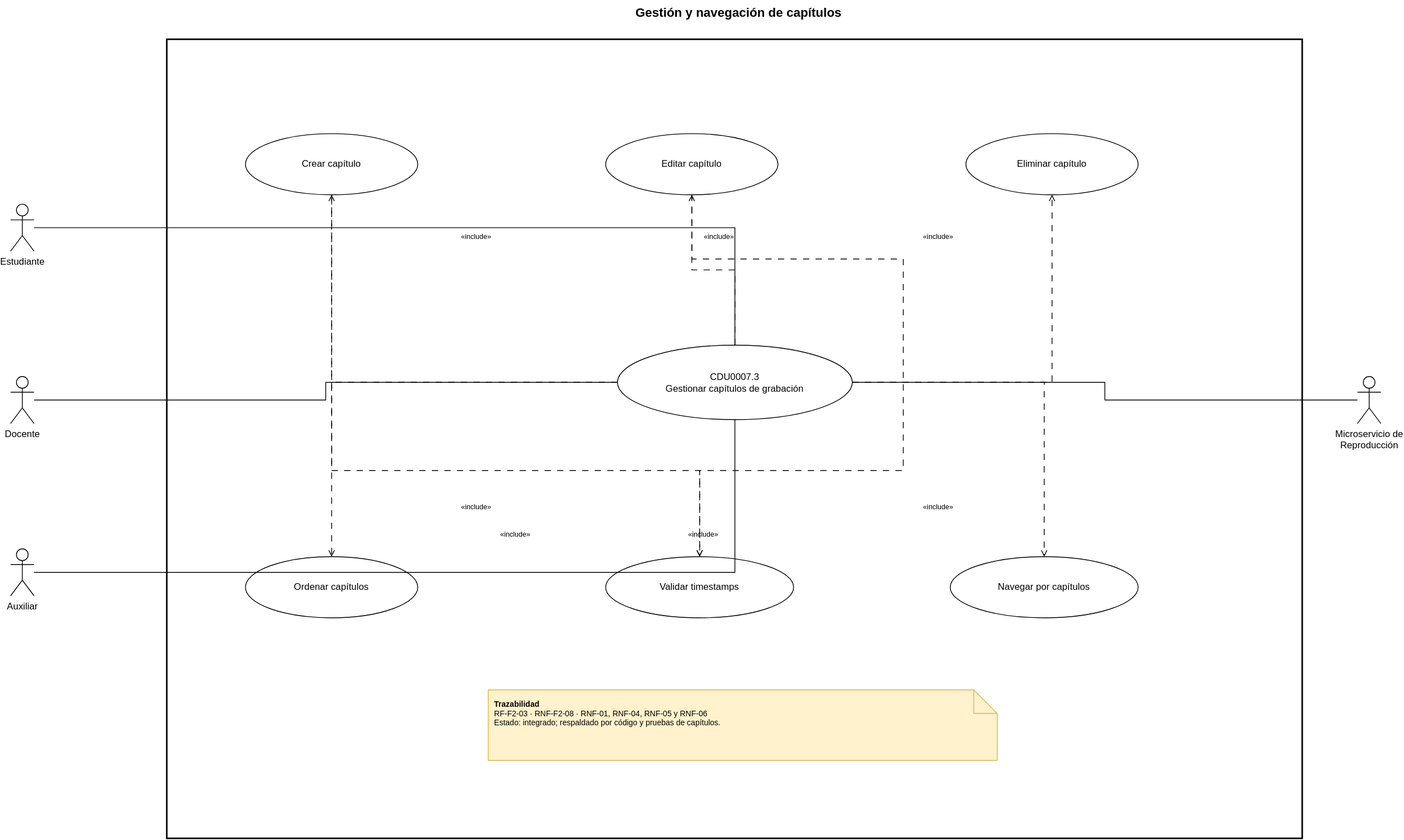
The draw.io diagram Documentacion/CDU/CDU_Expandido_CDU30_202307691.drawio.svg in thanya-gate/SA_PROYECTO_202307691, before a commit. Source tidied: cells renumbered, new cells last; positions are measured from the earlier drawing's top-left corner, leaving out a move shared by most shapes.
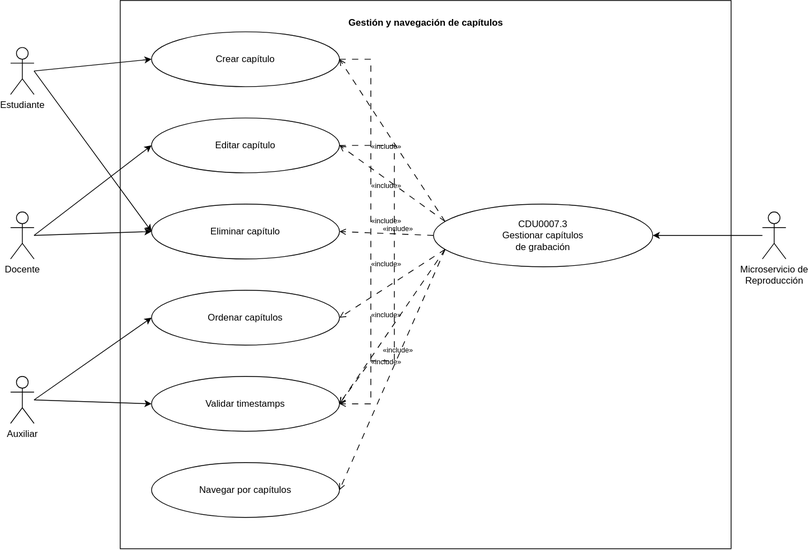
After the change.

Change to the diagram source:
```diff
@@ -1,113 +1,125 @@
-<mxGraphModel>
+<mxGraphModel background="#ffffff">
   <root>
     <mxCell id="0" />
     <mxCell id="1" parent="0" />
-    <mxCell id="2" style="rounded=0;whiteSpace=wrap;html=1;fillColor=none;strokeWidth=2;" parent="1" vertex="1">
-      <mxGeometry x="200" y="50" width="1450" height="1020" as="geometry" />
+    <mxCell id="2" style="html=1;whiteSpace=wrap;" parent="1" vertex="1">
+      <mxGeometry x="90" y="60" width="780" height="700" as="geometry" />
     </mxCell>
-    <mxCell id="3" value="Gestión y navegación de capítulos" style="text;html=1;whiteSpace=wrap;strokeColor=none;fillColor=none;align=center;verticalAlign=middle;fontStyle=1;fontSize=16;" parent="1" vertex="1">
-      <mxGeometry x="520" width="820" height="30" as="geometry" />
+    <mxCell id="3" value="Gestión y navegación de capítulos" style="text;align=center;fontStyle=1;verticalAlign=middle;spacingLeft=3;spacingRight=3;strokeColor=none;html=1;" parent="1" vertex="1">
+      <mxGeometry x="270" y="76" width="420" height="26" as="geometry" />
     </mxCell>
     <mxCell id="4" value="Estudiante" style="shape=umlActor;verticalLabelPosition=bottom;verticalAlign=top;html=1;" parent="1" vertex="1">
-      <mxGeometry y="260" width="30" height="60" as="geometry" />
+      <mxGeometry x="-50" y="120" width="30" height="60" as="geometry" />
     </mxCell>
     <mxCell id="5" value="Docente" style="shape=umlActor;verticalLabelPosition=bottom;verticalAlign=top;html=1;" parent="1" vertex="1">
-      <mxGeometry y="480" width="30" height="60" as="geometry" />
+      <mxGeometry x="-50" y="330" width="30" height="60" as="geometry" />
     </mxCell>
     <mxCell id="6" value="Auxiliar" style="shape=umlActor;verticalLabelPosition=bottom;verticalAlign=top;html=1;" parent="1" vertex="1">
-      <mxGeometry y="700" width="30" height="60" as="geometry" />
+      <mxGeometry x="-50" y="540" width="30" height="60" as="geometry" />
     </mxCell>
     <mxCell id="7" value="Microservicio de&lt;div&gt;Reproducción&lt;/div&gt;" style="shape=umlActor;verticalLabelPosition=bottom;verticalAlign=top;html=1;" parent="1" vertex="1">
-      <mxGeometry x="1720" y="480" width="30" height="60" as="geometry" />
+      <mxGeometry x="910" y="330" width="30" height="60" as="geometry" />
     </mxCell>
-    <mxCell id="8" value="&lt;div&gt;CDU0007.3&lt;/div&gt;&lt;div&gt;Gestionar capítulos de grabación&lt;/div&gt;" style="ellipse;whiteSpace=wrap;html=1;" parent="1" vertex="1">
-      <mxGeometry x="775" y="440" width="300" height="95" as="geometry" />
-    </mxCell>
     <mxCell id="9" value="&lt;div&gt;Crear capítulo&lt;/div&gt;" style="ellipse;whiteSpace=wrap;html=1;" parent="1" vertex="1">
-      <mxGeometry x="300" y="170" width="220" height="78" as="geometry" />
+      <mxGeometry x="130" y="100" width="240" height="70" as="geometry" />
     </mxCell>
     <mxCell id="10" value="&lt;div&gt;Editar capítulo&lt;/div&gt;" style="ellipse;whiteSpace=wrap;html=1;" parent="1" vertex="1">
-      <mxGeometry x="760" y="170" width="220" height="78" as="geometry" />
+      <mxGeometry x="130" y="210" width="240" height="70" as="geometry" />
     </mxCell>
     <mxCell id="11" value="&lt;div&gt;Eliminar capítulo&lt;/div&gt;" style="ellipse;whiteSpace=wrap;html=1;" parent="1" vertex="1">
-      <mxGeometry x="1220" y="170" width="220" height="78" as="geometry" />
+      <mxGeometry x="130" y="320" width="240" height="70" as="geometry" />
     </mxCell>
     <mxCell id="12" value="&lt;div&gt;Ordenar capítulos&lt;/div&gt;" style="ellipse;whiteSpace=wrap;html=1;" parent="1" vertex="1">
-      <mxGeometry x="300" y="710" width="220" height="78" as="geometry" />
+      <mxGeometry x="130" y="430" width="240" height="70" as="geometry" />
     </mxCell>
     <mxCell id="13" value="&lt;div&gt;Validar timestamps&lt;/div&gt;" style="ellipse;whiteSpace=wrap;html=1;" parent="1" vertex="1">
-      <mxGeometry x="760" y="710" width="240" height="78" as="geometry" />
+      <mxGeometry x="130" y="540" width="240" height="70" as="geometry" />
     </mxCell>
     <mxCell id="14" value="&lt;div&gt;Navegar por capítulos&lt;/div&gt;" style="ellipse;whiteSpace=wrap;html=1;" parent="1" vertex="1">
-      <mxGeometry x="1200" y="710" width="240" height="78" as="geometry" />
+      <mxGeometry x="130" y="650" width="240" height="70" as="geometry" />
     </mxCell>
-    <mxCell id="15" value="&lt;b&gt;Trazabilidad&lt;/b&gt;&lt;br&gt;RF-F2-03 · RNF-F2-08 · RNF-01, RNF-04, RNF-05 y RNF-06&lt;br&gt;Estado: integrado; respaldado por código y pruebas de capítulos." style="shape=note;whiteSpace=wrap;html=1;fillColor=#fff2cc;strokeColor=#d6b656;align=left;verticalAlign=top;spacing=8;fontSize=10;" parent="1" vertex="1">
-      <mxGeometry x="610" y="880" width="650" height="90" as="geometry" />
-    </mxCell>
+    <mxCell id="8" value="&lt;div&gt;CDU0007.3&lt;/div&gt;&lt;div&gt;Gestionar capítulos&lt;/div&gt;&lt;div&gt;de grabación&lt;/div&gt;" style="ellipse;whiteSpace=wrap;html=1;" parent="1" vertex="1">
+      <mxGeometry x="490" y="320" width="280" height="80" as="geometry" />
+    </mxCell>
-    <mxCell id="16" style="edgeStyle=orthogonalEdgeStyle;rounded=0;jettySize=auto;html=1;endArrow=none;" parent="1" edge="1" source="4" target="8">
+    <mxCell id="16" style="rounded=0;jettySize=auto;html=1;exitX=1;exitY=0.5;exitDx=0;exitDy=0;exitPerimeter=0;entryX=0;entryY=0.5;entryDx=0;entryDy=0;" parent="1" edge="1" source="4" target="9">
       <mxGeometry relative="1" as="geometry" />
     </mxCell>
-    <mxCell id="17" style="edgeStyle=orthogonalEdgeStyle;rounded=0;jettySize=auto;html=1;endArrow=none;" parent="1" edge="1" source="5" target="8">
+    <mxCell id="17" style="rounded=0;jettySize=auto;html=1;exitX=1;exitY=0.5;exitDx=0;exitDy=0;exitPerimeter=0;entryX=0;entryY=0.5;entryDx=0;entryDy=0;" parent="1" edge="1" source="4" target="11">
       <mxGeometry relative="1" as="geometry" />
     </mxCell>
-    <mxCell id="18" style="edgeStyle=orthogonalEdgeStyle;rounded=0;jettySize=auto;html=1;endArrow=none;" parent="1" edge="1" source="6" target="8">
+    <mxCell id="18" style="rounded=0;jettySize=auto;html=1;exitX=1;exitY=0.5;exitDx=0;exitDy=0;exitPerimeter=0;entryX=0;entryY=0.5;entryDx=0;entryDy=0;" parent="1" edge="1" source="5" target="10">
       <mxGeometry relative="1" as="geometry" />
     </mxCell>
-    <mxCell id="19" style="edgeStyle=orthogonalEdgeStyle;rounded=0;jettySize=auto;html=1;endArrow=none;" parent="1" edge="1" source="7" target="8">
+    <mxCell id="19" style="rounded=0;jettySize=auto;html=1;exitX=1;exitY=0.5;exitDx=0;exitDy=0;exitPerimeter=0;entryX=0;entryY=0.5;entryDx=0;entryDy=0;" parent="1" edge="1" source="5" target="11">
       <mxGeometry relative="1" as="geometry" />
     </mxCell>
+    <mxCell id="34" style="rounded=0;jettySize=auto;html=1;exitX=1;exitY=0.5;exitDx=0;exitDy=0;exitPerimeter=0;entryX=0;entryY=0.5;entryDx=0;entryDy=0;" parent="1" edge="1" source="6" target="12">
+      <mxGeometry relative="1" as="geometry" />
+    </mxCell>
+    <mxCell id="35" style="rounded=0;jettySize=auto;html=1;exitX=1;exitY=0.5;exitDx=0;exitDy=0;exitPerimeter=0;entryX=0;entryY=0.5;entryDx=0;entryDy=0;" parent="1" edge="1" source="6" target="13">
+      <mxGeometry relative="1" as="geometry" />
+    </mxCell>
+    <mxCell id="36" style="rounded=0;jettySize=auto;html=1;exitX=0;exitY=0.5;exitDx=0;exitDy=0;exitPerimeter=0;entryX=1;entryY=0.5;entryDx=0;entryDy=0;" parent="1" edge="1" source="7" target="8">
+      <mxGeometry relative="1" as="geometry" />
+    </mxCell>
-    <mxCell id="20" style="edgeStyle=orthogonalEdgeStyle;rounded=0;jettySize=auto;html=1;dashed=1;dashPattern=8 8;endArrow=open;endFill=0;" parent="1" edge="1" source="8" target="9">
+    <mxCell id="20" style="rounded=0;jettySize=auto;html=1;strokeWidth=1;dashPattern=8 8;dashed=1;endArrow=open;endFill=0;exitX=0;exitY=0.25;exitDx=0;exitDy=0;entryX=1;entryY=0.5;entryDx=0;entryDy=0;" parent="1" edge="1" source="8" target="9">
       <mxGeometry relative="1" as="geometry" />
     </mxCell>
-    <mxCell id="21" value="«include»" style="text;html=1;whiteSpace=wrap;strokeColor=none;fillColor=none;align=center;verticalAlign=middle;fontSize=9;" parent="1" vertex="1">
-      <mxGeometry x="560" y="290" width="70" height="24" as="geometry" />
+    <mxCell id="21" value="«include»" style="text;html=1;whiteSpace=wrap;strokeColor=none;fillColor=none;align=center;verticalAlign=middle;rounded=0;fontSize=9;" parent="1" vertex="1">
+      <mxGeometry x="395" y="235" width="70" height="24" as="geometry" />
     </mxCell>
-    <mxCell id="22" style="edgeStyle=orthogonalEdgeStyle;rounded=0;jettySize=auto;html=1;dashed=1;dashPattern=8 8;endArrow=open;endFill=0;" parent="1" edge="1" source="8" target="10">
+    <mxCell id="22" style="rounded=0;jettySize=auto;html=1;strokeWidth=1;dashPattern=8 8;dashed=1;endArrow=open;endFill=0;exitX=0;exitY=0.25;exitDx=0;exitDy=0;entryX=1;entryY=0.5;entryDx=0;entryDy=0;" parent="1" edge="1" source="8" target="10">
       <mxGeometry relative="1" as="geometry" />
     </mxCell>
-    <mxCell id="23" value="«include»" style="text;html=1;whiteSpace=wrap;strokeColor=none;fillColor=none;align=center;verticalAlign=middle;fontSize=9;" parent="1" vertex="1">
-      <mxGeometry x="870" y="290" width="70" height="24" as="geometry" />
+    <mxCell id="23" value="«include»" style="text;html=1;whiteSpace=wrap;strokeColor=none;fillColor=none;align=center;verticalAlign=middle;rounded=0;fontSize=9;" parent="1" vertex="1">
+      <mxGeometry x="395" y="285" width="70" height="24" as="geometry" />
     </mxCell>
-    <mxCell id="24" style="edgeStyle=orthogonalEdgeStyle;rounded=0;jettySize=auto;html=1;dashed=1;dashPattern=8 8;endArrow=open;endFill=0;" parent="1" edge="1" source="8" target="11">
+    <mxCell id="24" style="rounded=0;jettySize=auto;html=1;strokeWidth=1;dashPattern=8 8;dashed=1;endArrow=open;endFill=0;exitX=0;exitY=0.5;exitDx=0;exitDy=0;entryX=1;entryY=0.5;entryDx=0;entryDy=0;" parent="1" edge="1" source="8" target="11">
       <mxGeometry relative="1" as="geometry" />
     </mxCell>
-    <mxCell id="25" value="«include»" style="text;html=1;whiteSpace=wrap;strokeColor=none;fillColor=none;align=center;verticalAlign=middle;fontSize=9;" parent="1" vertex="1">
-      <mxGeometry x="1150" y="290" width="70" height="24" as="geometry" />
+    <mxCell id="25" value="«include»" style="text;html=1;whiteSpace=wrap;strokeColor=none;fillColor=none;align=center;verticalAlign=middle;rounded=0;fontSize=9;" parent="1" vertex="1">
+      <mxGeometry x="395" y="330" width="70" height="24" as="geometry" />
     </mxCell>
-    <mxCell id="26" style="edgeStyle=orthogonalEdgeStyle;rounded=0;jettySize=auto;html=1;dashed=1;dashPattern=8 8;endArrow=open;endFill=0;" parent="1" edge="1" source="8" target="12">
+    <mxCell id="26" style="rounded=0;jettySize=auto;html=1;strokeWidth=1;dashPattern=8 8;dashed=1;endArrow=open;endFill=0;exitX=0;exitY=0.75;exitDx=0;exitDy=0;entryX=1;entryY=0.5;entryDx=0;entryDy=0;" parent="1" edge="1" source="8" target="12">
       <mxGeometry relative="1" as="geometry" />
     </mxCell>
-    <mxCell id="27" value="«include»" style="text;html=1;whiteSpace=wrap;strokeColor=none;fillColor=none;align=center;verticalAlign=middle;fontSize=9;" parent="1" vertex="1">
-      <mxGeometry x="560" y="635" width="70" height="24" as="geometry" />
+    <mxCell id="27" value="«include»" style="text;html=1;whiteSpace=wrap;strokeColor=none;fillColor=none;align=center;verticalAlign=middle;rounded=0;fontSize=9;" parent="1" vertex="1">
+      <mxGeometry x="395" y="385" width="70" height="24" as="geometry" />
     </mxCell>
-    <mxCell id="28" style="edgeStyle=orthogonalEdgeStyle;rounded=0;jettySize=auto;html=1;dashed=1;dashPattern=8 8;endArrow=open;endFill=0;" parent="1" edge="1" source="8" target="14">
+    <mxCell id="28" style="rounded=0;jettySize=auto;html=1;strokeWidth=1;dashPattern=8 8;dashed=1;endArrow=open;endFill=0;exitX=0;exitY=0.75;exitDx=0;exitDy=0;entryX=1;entryY=0.5;entryDx=0;entryDy=0;" parent="1" edge="1" source="8" target="13">
       <mxGeometry relative="1" as="geometry" />
     </mxCell>
-    <mxCell id="29" value="«include»" style="text;html=1;whiteSpace=wrap;strokeColor=none;fillColor=none;align=center;verticalAlign=middle;fontSize=9;" parent="1" vertex="1">
-      <mxGeometry x="1150" y="635" width="70" height="24" as="geometry" />
+    <mxCell id="29" value="«include»" style="text;html=1;whiteSpace=wrap;strokeColor=none;fillColor=none;align=center;verticalAlign=middle;rounded=0;fontSize=9;" parent="1" vertex="1">
+      <mxGeometry x="395" y="450" width="70" height="24" as="geometry" />
     </mxCell>
+    <mxCell id="37" style="rounded=0;jettySize=auto;html=1;strokeWidth=1;dashPattern=8 8;dashed=1;endArrow=open;endFill=0;exitX=0;exitY=0.75;exitDx=0;exitDy=0;entryX=1;entryY=0.5;entryDx=0;entryDy=0;" parent="1" edge="1" source="8" target="14">
+      <mxGeometry relative="1" as="geometry" />
+    </mxCell>
+    <mxCell id="38" value="«include»" style="text;html=1;whiteSpace=wrap;strokeColor=none;fillColor=none;align=center;verticalAlign=middle;rounded=0;fontSize=9;" parent="1" vertex="1">
+      <mxGeometry x="395" y="510" width="70" height="24" as="geometry" />
+    </mxCell>
-    <mxCell id="30" style="edgeStyle=orthogonalEdgeStyle;rounded=0;jettySize=auto;html=1;dashed=1;dashPattern=8 8;endArrow=open;endFill=0;exitX=0.5;exitY=1;entryX=0.5;entryY=0;" parent="1" edge="1" source="9" target="13">
+    <mxCell id="30" style="rounded=0;jettySize=auto;html=1;strokeWidth=1;dashPattern=8 8;dashed=1;endArrow=open;endFill=0;exitX=1;exitY=0.5;exitDx=0;exitDy=0;entryX=1;entryY=0.5;entryDx=0;entryDy=0;" parent="1" edge="1" source="9" target="13">
       <mxGeometry relative="1" as="geometry">
         <Array as="points">
-          <mxPoint x="410" y="600" />
-          <mxPoint x="880" y="600" />
+          <mxPoint x="410" y="135" />
+          <mxPoint x="410" y="575" />
         </Array>
       </mxGeometry>
     </mxCell>
-    <mxCell id="31" value="«include»" style="text;html=1;whiteSpace=wrap;strokeColor=none;fillColor=none;align=center;verticalAlign=middle;fontSize=9;" parent="1" vertex="1">
-      <mxGeometry x="610" y="670" width="70" height="24" as="geometry" />
+    <mxCell id="31" value="«include»" style="text;html=1;whiteSpace=wrap;strokeColor=none;fillColor=none;align=center;verticalAlign=middle;rounded=0;fontSize=9;" parent="1" vertex="1">
+      <mxGeometry x="410" y="340" width="70" height="24" as="geometry" />
     </mxCell>
-    <mxCell id="32" style="edgeStyle=orthogonalEdgeStyle;rounded=0;jettySize=auto;html=1;dashed=1;dashPattern=8 8;endArrow=open;endFill=0;exitX=0.5;exitY=1;entryX=0.5;entryY=0;" parent="1" edge="1" source="10" target="13">
+    <mxCell id="32" style="rounded=0;jettySize=auto;html=1;strokeWidth=1;dashPattern=8 8;dashed=1;endArrow=open;endFill=0;exitX=1;exitY=0.5;exitDx=0;exitDy=0;entryX=1;entryY=0.5;entryDx=0;entryDy=0;" parent="1" edge="1" source="10" target="13">
       <mxGeometry relative="1" as="geometry">
         <Array as="points">
-          <mxPoint x="1140" y="330" />
-          <mxPoint x="1140" y="600" />
-          <mxPoint x="880" y="600" />
+          <mxPoint x="440" y="245" />
+          <mxPoint x="440" y="520" />
+          <mxPoint x="410" y="520" />
         </Array>
       </mxGeometry>
     </mxCell>
-    <mxCell id="33" value="«include»" style="text;html=1;whiteSpace=wrap;strokeColor=none;fillColor=none;align=center;verticalAlign=middle;fontSize=9;" parent="1" vertex="1">
-      <mxGeometry x="850" y="670" width="70" height="24" as="geometry" />
+    <mxCell id="33" value="«include»" style="text;html=1;whiteSpace=wrap;strokeColor=none;fillColor=none;align=center;verticalAlign=middle;rounded=0;fontSize=9;" parent="1" vertex="1">
+      <mxGeometry x="410" y="495" width="70" height="24" as="geometry" />
     </mxCell>
   </root>
 </mxGraphModel>
```
